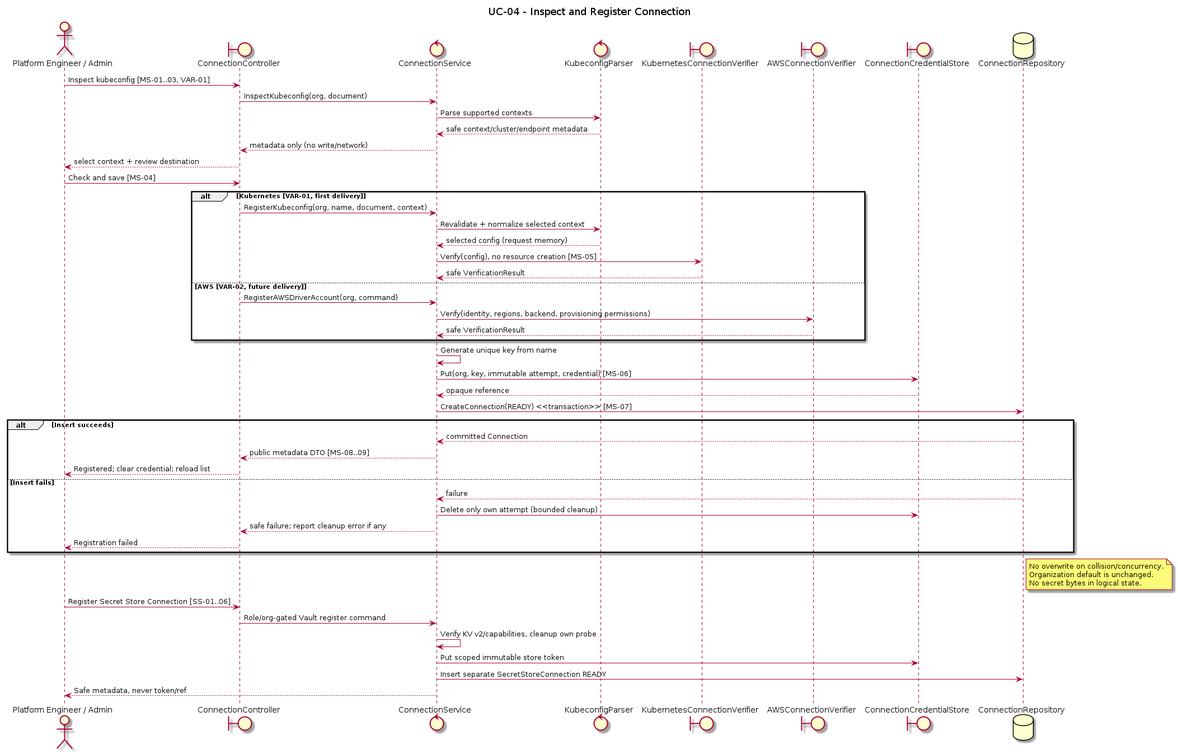
Earlier version of the PlantUML export orchestrator_docs/usecase/UC-04/sequence.png (pr3s3nt/poc). Its source is kept beside it as orchestrator_docs/usecase/UC-04/sequence.puml. The source it was exported from:
```plantuml
@startuml
title UC-04 - Inspect and Register Connection
actor "Platform Engineer / Admin" as PE
boundary ConnectionController as API
control ConnectionService as Service
control KubeconfigParser as Parser
boundary KubernetesConnectionVerifier as K8s
boundary AWSConnectionVerifier as AWS
boundary ConnectionCredentialStore as Secrets
database ConnectionRepository as Repo
PE -> API: Inspect kubeconfig [MS-01..03, VAR-01]
API -> Service: InspectKubeconfig(org, document)
Service -> Parser: Parse supported contexts
Parser --> Service: safe context/cluster/endpoint metadata
Service --> API: metadata only (no write/network)
API --> PE: select context + review destination
PE -> API: Check and save [MS-04]
alt Kubernetes [VAR-01, first delivery]
  API -> Service: RegisterKubeconfig(org, name, document, context)
  Service -> Parser: Revalidate + normalize selected context
  Parser --> Service: selected config (request memory)
  Service -> K8s: Verify(config), no resource creation [MS-05]
  K8s --> Service: safe VerificationResult
else AWS [VAR-02, future delivery]
  API -> Service: RegisterAWSDriverAccount(org, command)
  Service -> AWS: Verify(identity, regions, backend, provisioning permissions)
  AWS --> Service: safe VerificationResult
end
Service -> Service: Generate unique key from name
Service -> Secrets: Put(org, key, immutable attempt, credential) [MS-06]
Secrets --> Service: opaque reference
Service -> Repo: CreateConnection(READY) <<transaction>> [MS-07]
alt Insert succeeds
  Repo --> Service: committed Connection
  Service --> API: public metadata DTO [MS-08..09]
  API --> PE: Registered; clear credential; reload list
else Insert fails
  Repo --> Service: failure
  Service -> Secrets: Delete only own attempt (bounded cleanup)
  Service --> API: safe failure; report cleanup error if any
  API --> PE: Registration failed
end
note right of Repo
No overwrite on collision/concurrency.
Organization default is unchanged.
No secret bytes in logical state.
end note
PE -> API: Register Secret Store Connection [SS-01..06]
API -> Service: Role/org-gated Vault register command
Service -> Service: Verify KV v2/capabilities, cleanup own probe
Service -> Secrets: Put scoped immutable store token
Service -> Repo: Insert separate SecretStoreConnection READY
Service --> PE: Safe metadata, never token/ref
@enduml
```
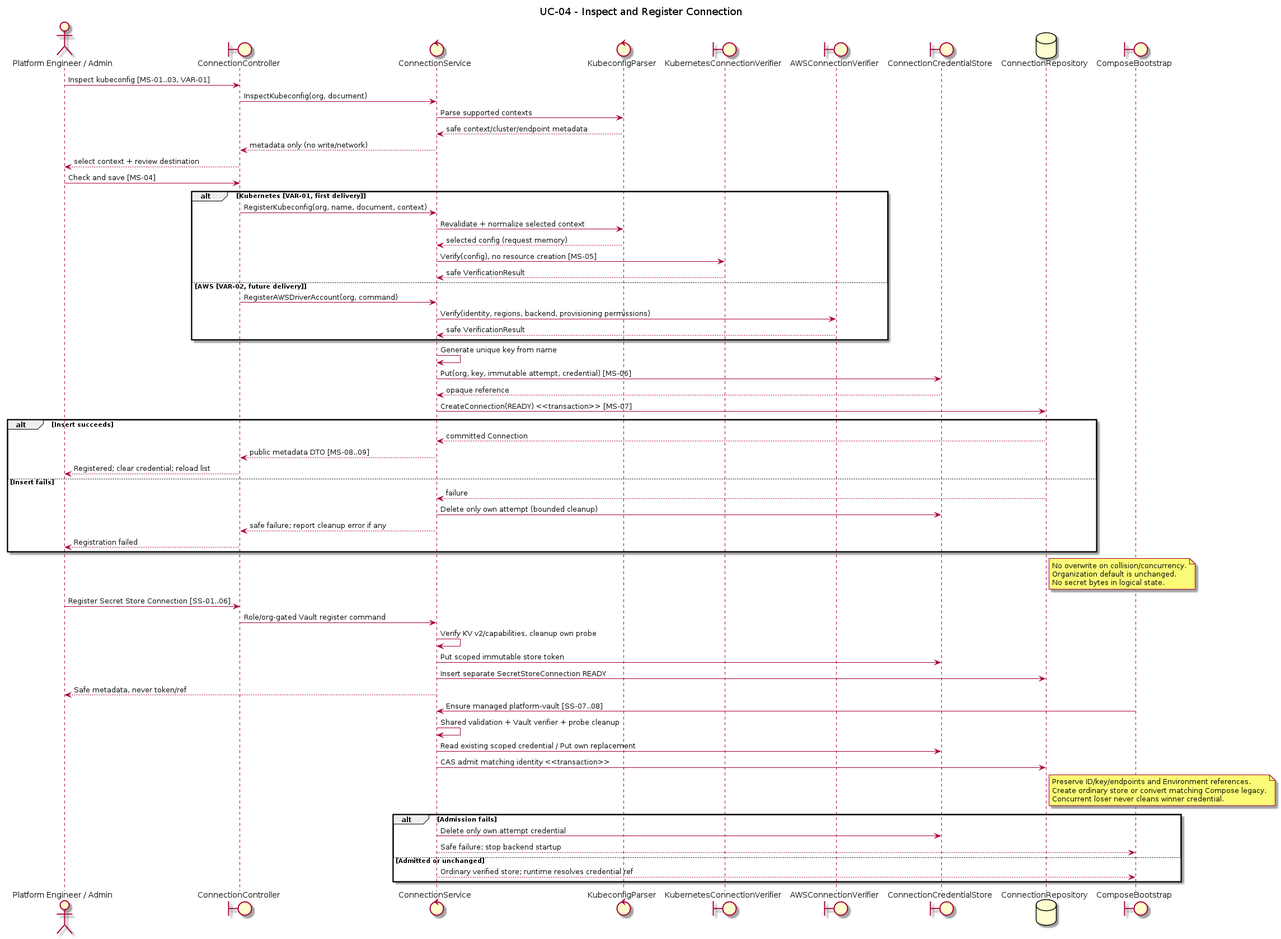
Later version of the same file.

Diff of the diagram source:
```diff
@@ -51,4 +51,20 @@
 Service -> Secrets: Put scoped immutable store token
 Service -> Repo: Insert separate SecretStoreConnection READY
 Service --> PE: Safe metadata, never token/ref
+boundary ComposeBootstrap as Bootstrap
+Bootstrap -> Service: Ensure managed platform-vault [SS-07..08]
+Service -> Service: Shared validation + Vault verifier + probe cleanup
+Service -> Secrets: Read existing scoped credential / Put own replacement
+Service -> Repo: CAS admit matching identity <<transaction>>
+note right of Repo
+Preserve ID/key/endpoints and Environment references.
+Create ordinary store or convert matching Compose legacy.
+Concurrent loser never cleans winner credential.
+end note
+alt Admission fails
+  Service -> Secrets: Delete only own attempt credential
+  Service --> Bootstrap: Safe failure; stop backend startup
+else Admitted or unchanged
+  Service --> Bootstrap: Ordinary verified store; runtime resolves credential ref
+end
 @enduml
```
